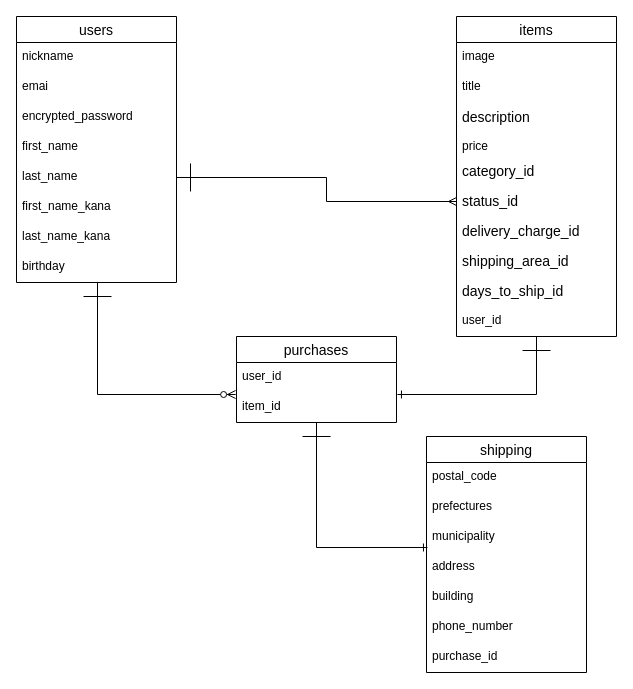
Sashimi0343/furima-35172 keeps this draw.io diagram as DB_ER.dio. Above is the earlier version. Source tidied: cells renumbered, new cells numbered last; positions are measured from the earlier drawing's top-left corner, leaving out a move shared by most shapes. Both pictures are drawn from the tidied source at 100%, with x=0, y=0 at pixel (16, 16).
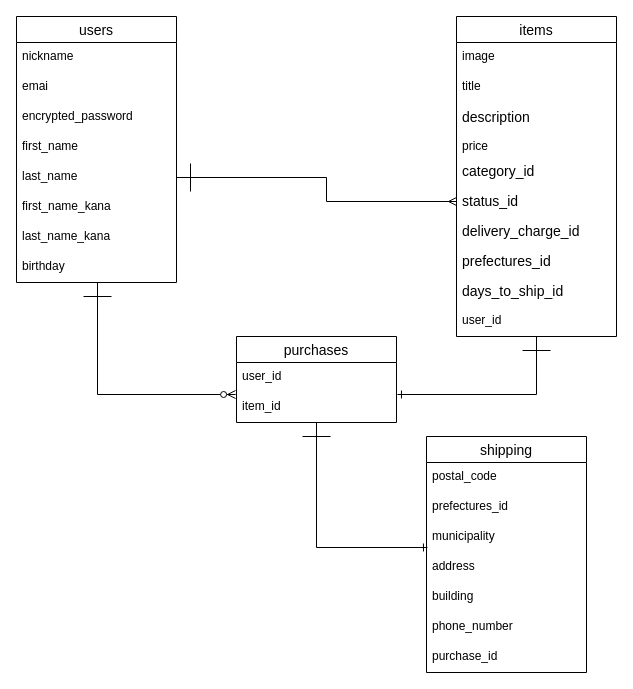
The same page after the edit.

Commit message (it also covers changes not shown here):
ER図　＆　README修正

The change refers to these unchanged cells:
```xml
<mxCell id="13" value="items" style="swimlane;fontStyle=0;horizontal=1;startSize=26;align=center;fontSize=14;" parent="1" vertex="1">
  <mxGeometry x="440" width="160" height="320" as="geometry" />
</mxCell>
<mxCell id="28" value="shipping" style="swimlane;fontStyle=0;horizontal=1;startSize=26;align=center;fontSize=14;" parent="1" vertex="1">
  <mxGeometry x="410" y="420" width="160" height="236" as="geometry" />
</mxCell>
```

The edit, as a diff of the source:
```diff
@@
-    <mxCell id="21" value="shipping_area_id" style="text;strokeColor=none;fillColor=none;spacingLeft=4;spacingRight=4;overflow=hidden;fontSize=14;" parent="13" vertex="1">
+    <mxCell id="21" value="prefectures_id" style="text;strokeColor=none;fillColor=none;spacingLeft=4;spacingRight=4;overflow=hidden;fontSize=14;" parent="13" vertex="1">
       <mxGeometry y="230" width="160" height="30" as="geometry" />
     </mxCell>
@@
-    <mxCell id="30" value="prefectures" style="text;strokeColor=none;fillColor=none;spacingLeft=4;spacingRight=4;overflow=hidden;fontSize=12;" parent="28" vertex="1">
+    <mxCell id="30" value="prefectures_id" style="text;strokeColor=none;fillColor=none;spacingLeft=4;spacingRight=4;overflow=hidden;fontSize=12;" parent="28" vertex="1">
       <mxGeometry y="56" width="160" height="30" as="geometry" />
     </mxCell>
```
